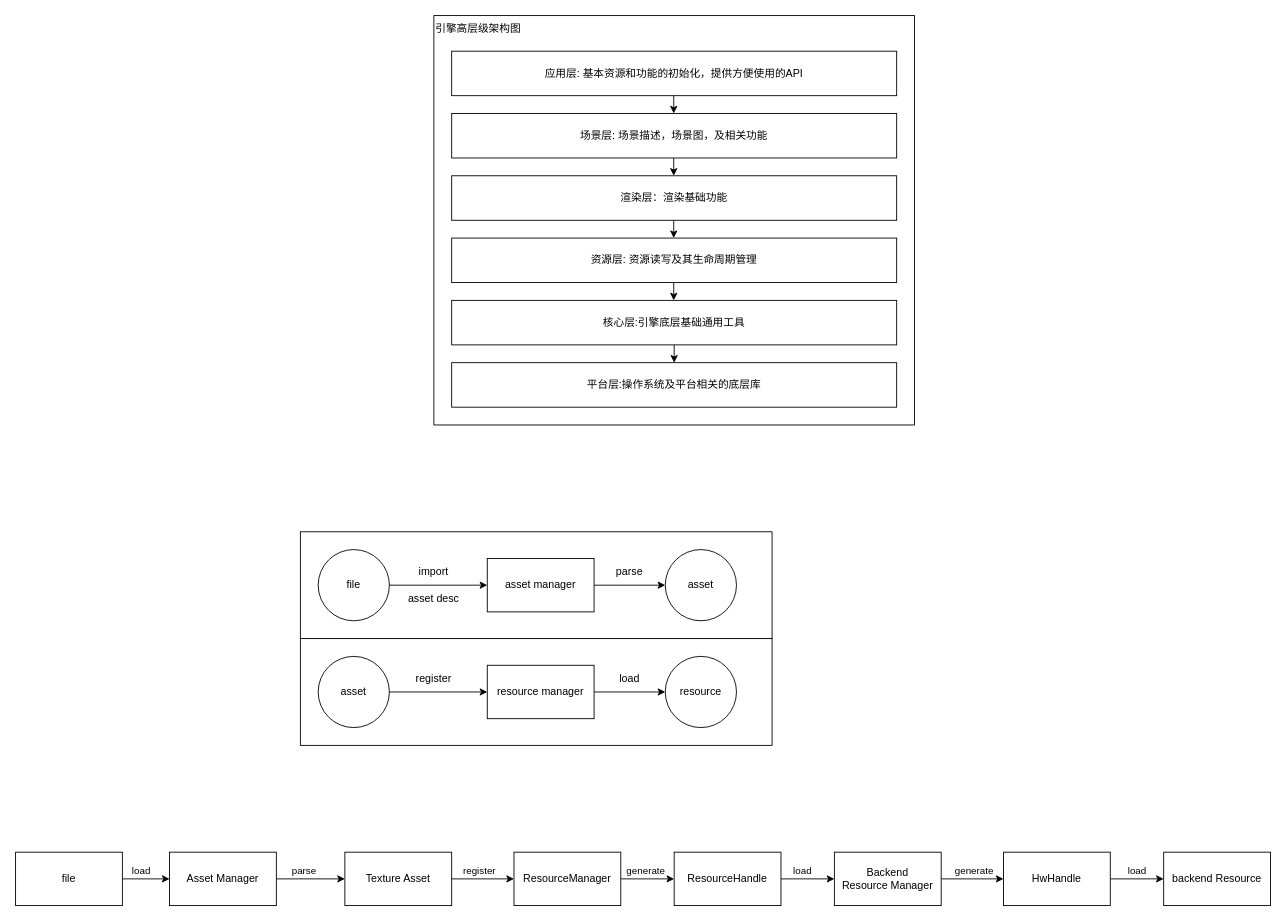
This is page "第 1 页" (1 of 2) of docs/attachments/architecture.drawio from Ryu613/Pd2Engine, a draw.io file, before an edit. Source tidied: cells renumbered, new cells numbered last; positions are measured from the earlier drawing's top-left corner, leaving out a move shared by most shapes. Both pictures are drawn from the tidied source at 89%, with x=0, y=0 at pixel (15, 15).
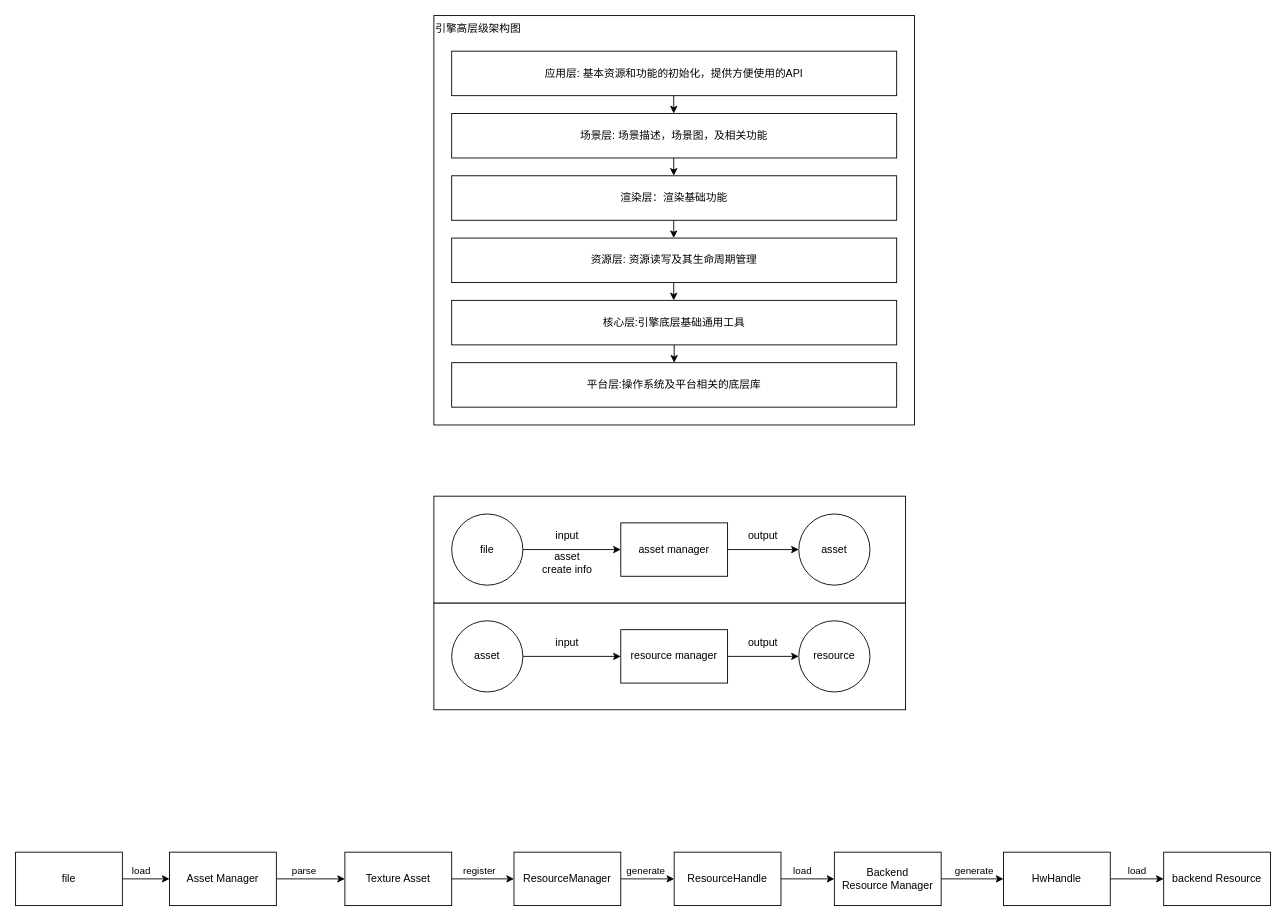
The same diagram, later.

The edit, as a diff of the source:
```diff
@@
     <mxCell id="2" style="rounded=0;whiteSpace=wrap;html=1;" parent="1" vertex="1">
-      <mxGeometry x="320" y="700" width="530" height="120" as="geometry" />
+      <mxGeometry x="470" y="660" width="530" height="120" as="geometry" />
     </mxCell>
     <mxCell id="3" style="rounded=0;whiteSpace=wrap;html=1;" parent="1" vertex="1">
-      <mxGeometry x="320" y="580" width="530" height="120" as="geometry" />
+      <mxGeometry x="470" y="540" width="530" height="120" as="geometry" />
     </mxCell>
@@
     <mxCell id="17" value="asset manager" style="rounded=0;whiteSpace=wrap;html=1;" parent="1" vertex="1">
-      <mxGeometry x="530" y="610" width="120" height="60" as="geometry" />
+      <mxGeometry x="680" y="570" width="120" height="60" as="geometry" />
     </mxCell>
@@
     <mxCell id="19" value="resource manager" style="rounded=0;whiteSpace=wrap;html=1;" parent="1" vertex="1">
-      <mxGeometry x="530" y="730" width="120" height="60" as="geometry" />
+      <mxGeometry x="680" y="690" width="120" height="60" as="geometry" />
     </mxCell>
     <mxCell id="20" style="endArrow=classic;html=1;rounded=0;entryX=0;entryY=0.5;entryDx=0;entryDy=0;" parent="1" edge="1" target="17">
       <mxGeometry relative="1" as="geometry">
-        <mxPoint x="420" y="640" as="sourcePoint" />
+        <mxPoint x="570" y="600" as="sourcePoint" />
       </mxGeometry>
     </mxCell>
     <mxCell id="21" style="endArrow=classic;html=1;rounded=0;exitX=1;exitY=0.5;exitDx=0;exitDy=0;" parent="1" edge="1" source="17">
       <mxGeometry relative="1" as="geometry">
-        <mxPoint x="730" y="640" as="targetPoint" />
+        <mxPoint x="880" y="600" as="targetPoint" />
       </mxGeometry>
     </mxCell>
     <mxCell id="22" value="asset" style="ellipse;whiteSpace=wrap;html=1;" parent="1" vertex="1">
-      <mxGeometry x="730" y="600" width="80" height="80" as="geometry" />
+      <mxGeometry x="880" y="560" width="80" height="80" as="geometry" />
     </mxCell>
     <mxCell id="23" value="file" style="ellipse;whiteSpace=wrap;html=1;" parent="1" vertex="1">
-      <mxGeometry x="340" y="600" width="80" height="80" as="geometry" />
+      <mxGeometry x="490" y="560" width="80" height="80" as="geometry" />
     </mxCell>
@@
     <mxCell id="25" value="asset" style="ellipse;whiteSpace=wrap;html=1;" parent="1" vertex="1">
-      <mxGeometry x="340" y="720" width="80" height="80" as="geometry" />
+      <mxGeometry x="490" y="680" width="80" height="80" as="geometry" />
     </mxCell>
     <mxCell id="26" value="resource" style="ellipse;whiteSpace=wrap;html=1;rounded=0;" parent="1" vertex="1">
-      <mxGeometry x="730" y="720" width="80" height="80" as="geometry" />
+      <mxGeometry x="880" y="680" width="80" height="80" as="geometry" />
     </mxCell>
-    <mxCell id="27" value="import" style="text;html=1;strokeColor=none;fillColor=none;align=center;verticalAlign=middle;whiteSpace=wrap;rounded=0;" parent="1" vertex="1">
-      <mxGeometry x="440" y="610" width="60" height="30" as="geometry" />
+    <mxCell id="27" value="input" style="text;html=1;strokeColor=none;fillColor=none;align=center;verticalAlign=middle;whiteSpace=wrap;rounded=0;" parent="1" vertex="1">
+      <mxGeometry x="590" y="570" width="60" height="30" as="geometry" />
     </mxCell>
-    <mxCell id="28" value="parse" style="text;html=1;strokeColor=none;fillColor=none;align=center;verticalAlign=middle;whiteSpace=wrap;rounded=0;" parent="1" vertex="1">
-      <mxGeometry x="660" y="610" width="60" height="30" as="geometry" />
+    <mxCell id="28" value="output" style="text;html=1;strokeColor=none;fillColor=none;align=center;verticalAlign=middle;whiteSpace=wrap;rounded=0;" parent="1" vertex="1">
+      <mxGeometry x="810" y="570" width="60" height="30" as="geometry" />
     </mxCell>
-    <mxCell id="29" value="register" style="text;html=1;strokeColor=none;fillColor=none;align=center;verticalAlign=middle;whiteSpace=wrap;rounded=0;" parent="1" vertex="1">
-      <mxGeometry x="440" y="730" width="60" height="30" as="geometry" />
+    <mxCell id="29" value="input" style="text;html=1;strokeColor=none;fillColor=none;align=center;verticalAlign=middle;whiteSpace=wrap;rounded=0;" parent="1" vertex="1">
+      <mxGeometry x="590" y="690" width="60" height="30" as="geometry" />
     </mxCell>
-    <mxCell id="30" value="load" style="text;html=1;strokeColor=none;fillColor=none;align=center;verticalAlign=middle;whiteSpace=wrap;rounded=0;" parent="1" vertex="1">
-      <mxGeometry x="660" y="730" width="60" height="30" as="geometry" />
+    <mxCell id="30" value="output" style="text;html=1;strokeColor=none;fillColor=none;align=center;verticalAlign=middle;whiteSpace=wrap;rounded=0;" parent="1" vertex="1">
+      <mxGeometry x="810" y="690" width="60" height="30" as="geometry" />
     </mxCell>
-    <mxCell id="31" value="asset desc" style="text;html=1;strokeColor=none;fillColor=none;align=center;verticalAlign=middle;whiteSpace=wrap;rounded=0;" parent="1" vertex="1">
-      <mxGeometry x="440" y="640" width="60" height="30" as="geometry" />
+    <mxCell id="31" value="asset create info" style="text;html=1;strokeColor=none;fillColor=none;align=center;verticalAlign=middle;whiteSpace=wrap;rounded=0;" parent="1" vertex="1">
+      <mxGeometry x="590" y="600" width="60" height="30" as="geometry" />
     </mxCell>
```
